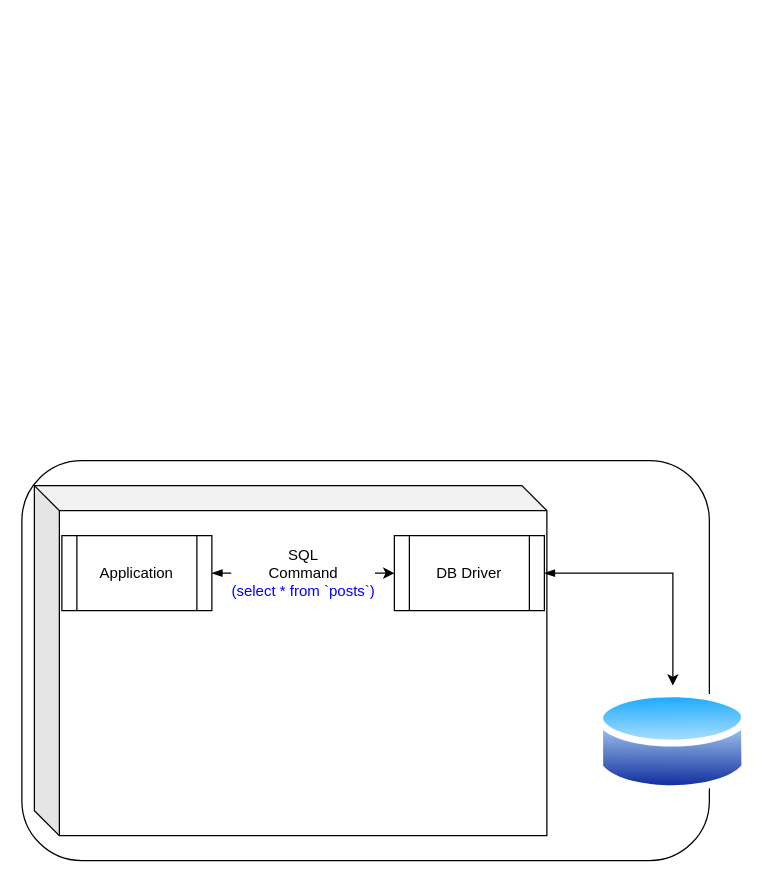
Earlier version of the draw.io diagram page "File-based DB with Raw SQL" (3 of 4) of Untitled Diagram.drawio (Holly919/node-db1-guided). Source tidied: cells renumbered, new cells numbered last; positions are measured from the earlier drawing's top-left corner, leaving out a move shared by most shapes. Both pictures are drawn from the tidied source at 125%, with x=0, y=0 at pixel (21, 460).
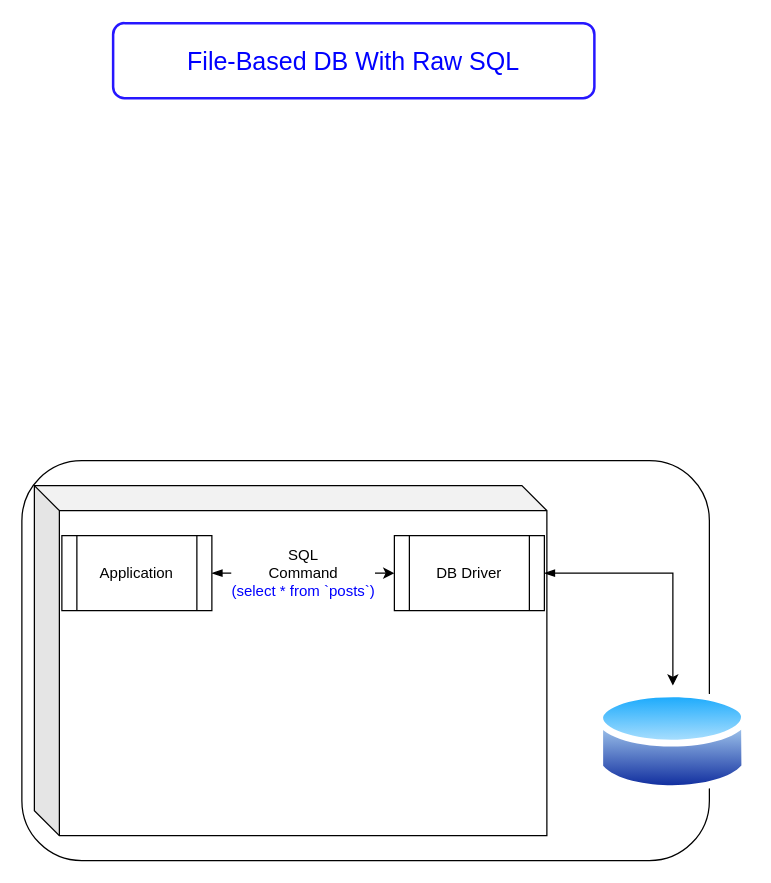
Above is the later version.

The edit, as a diff of the source:
```diff
@@
 <mxGraphModel>
   <root>
     <mxCell id="0" />
     <mxCell id="1" parent="0" />
     <mxCell id="2" style="rounded=1;whiteSpace=wrap;html=1;" parent="1" vertex="1">
       <mxGeometry width="550" height="320" as="geometry" />
     </mxCell>
     <mxCell id="3" style="shape=cube;whiteSpace=wrap;html=1;boundedLbl=1;backgroundOutline=1;darkOpacity=0.05;darkOpacity2=0.1;" parent="1" vertex="1">
       <mxGeometry x="10" y="20" width="410" height="280" as="geometry" />
     </mxCell>
     <mxCell id="4" style="perimeter=ellipsePerimeter;html=1;align=center;shadow=0;dashed=0;spacingTop=3;image;image=img/lib/active_directory/database.svg;" parent="1" vertex="1">
       <mxGeometry x="460" y="180" width="121.6" height="90" as="geometry" />
     </mxCell>
     <mxCell id="5" value="SQL&lt;br style=&quot;font-size: 12px;&quot;&gt;Command&lt;br style=&quot;font-size: 12px;&quot;&gt;&lt;font color=&quot;#0000ff&quot; style=&quot;font-size: 12px;&quot;&gt;(select * from `posts`)&lt;/font&gt;" style="edgeStyle=orthogonalEdgeStyle;rounded=0;jettySize=auto;html=1;exitX=1;exitY=0.5;exitDx=0;exitDy=0;entryX=0;entryY=0.5;entryDx=0;entryDy=0;startArrow=blockThin;startFill=1;fontSize=12;" parent="1" edge="1" source="6" target="8">
       <mxGeometry relative="1" as="geometry" />
     </mxCell>
     <mxCell id="6" value="Application" style="shape=process;whiteSpace=wrap;html=1;backgroundOutline=1;" parent="1" vertex="1">
       <mxGeometry x="32" y="60" width="120" height="60" as="geometry" />
     </mxCell>
     <mxCell id="7" style="edgeStyle=orthogonalEdgeStyle;rounded=0;jettySize=auto;html=1;startArrow=blockThin;startFill=1;" parent="1" edge="1" source="8" target="4">
       <mxGeometry relative="1" as="geometry" />
     </mxCell>
     <mxCell id="8" value="DB Driver" style="shape=process;whiteSpace=wrap;html=1;backgroundOutline=1;" parent="1" vertex="1">
       <mxGeometry x="298" y="60" width="120" height="60" as="geometry" />
     </mxCell>
+    <mxCell id="9" value="File-Based DB With Raw SQL" style="rounded=1;whiteSpace=wrap;html=1;strokeWidth=2;fillColor=none;fontSize=20;fontColor=#0000FF;strokeColor=#2617FF;" parent="1" vertex="1">
+      <mxGeometry x="73" y="-350" width="385" height="60" as="geometry" />
+    </mxCell>
   </root>
 </mxGraphModel>
```
